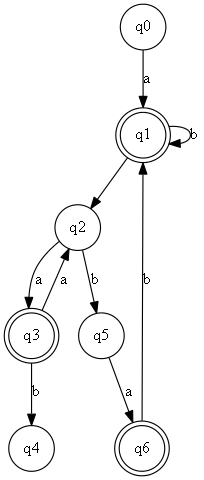
Above: project/nfa.gv.png in barbodmazlaghani/TLA (Graphviz), before the change. Its source is kept beside it as project/nfa.gv. Source of this version:
```dot
digraph nfa {
	rankdir=q size="8,5"
	node [shape=doublecircle]
	q1
	q3
	q6
	node [shape=circle]
	q0 -> q1 [label=a]
	q1 -> q1 [label=b]
	q1 -> q2 [label=""]
	q2 -> q3 [label=a]
	q3 -> q2 [label=a]
	q3 -> q4 [label=b]
	q2 -> q5 [label=b]
	q5 -> q6 [label=a]
	q6 -> q1 [label=b]
}
```
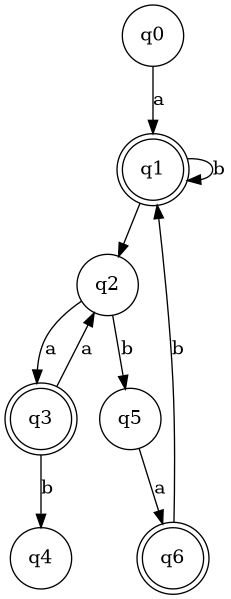
Above is the later version.

Change to the diagram source:
```diff
@@ -1,5 +1,5 @@
 digraph nfa {
-	rankdir=q size="8,5"
+	rankdir=q size=15
 	node [shape=doublecircle]
 	q1
 	q3
```
